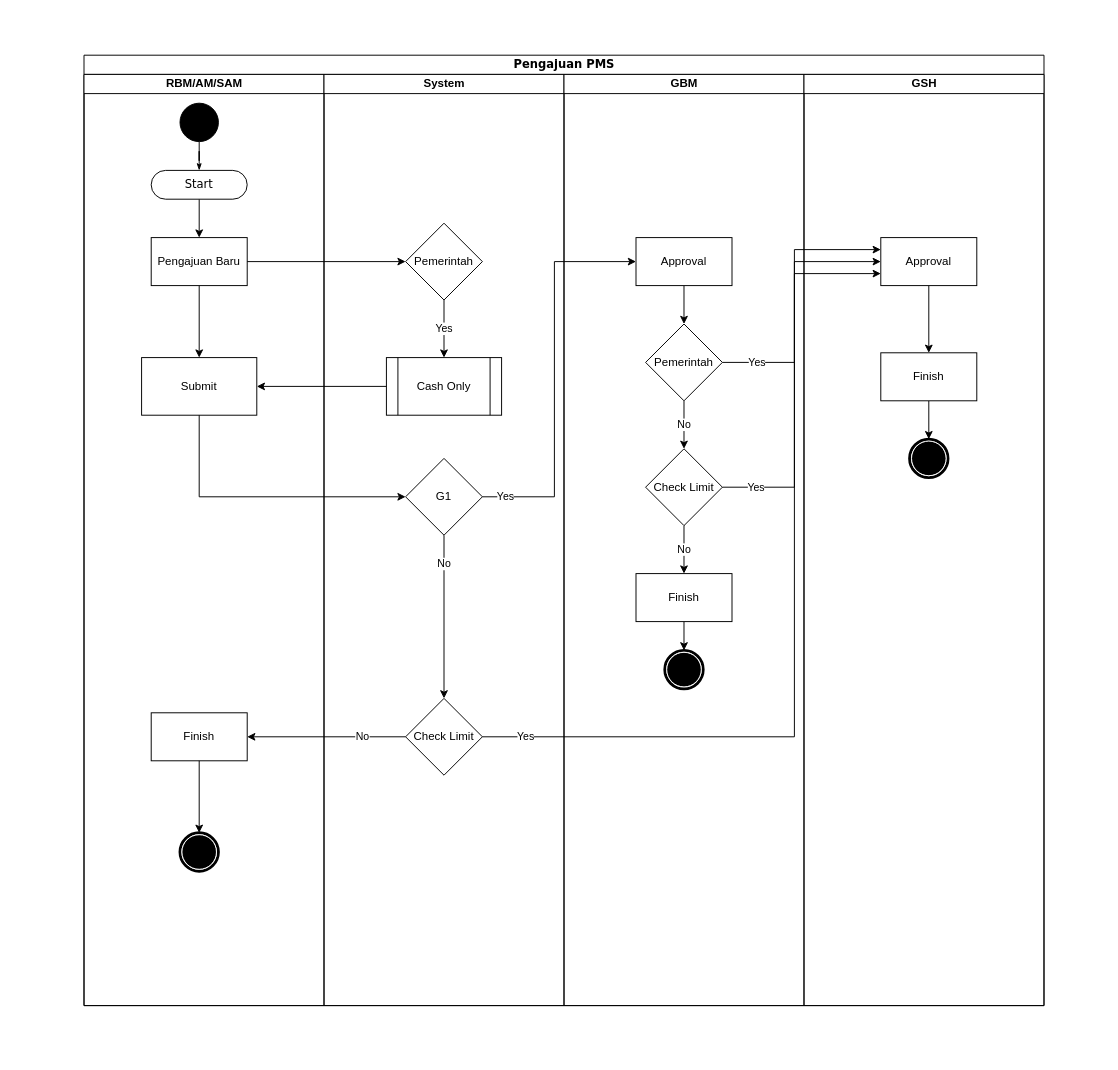
Above: page "BP-Pengajuan" (2 of 4) of Sitemap-PieMeS.drawio in muhamadfarkhan/system-analyst (draw.io), before the change. Source tidied: cells renumbered, new cells numbered last; positions are measured from the earlier drawing's top-left corner, leaving out a move shared by most shapes. Both pictures are drawn from the tidied source at 96%, with x=0, y=0 at pixel (84, 55).
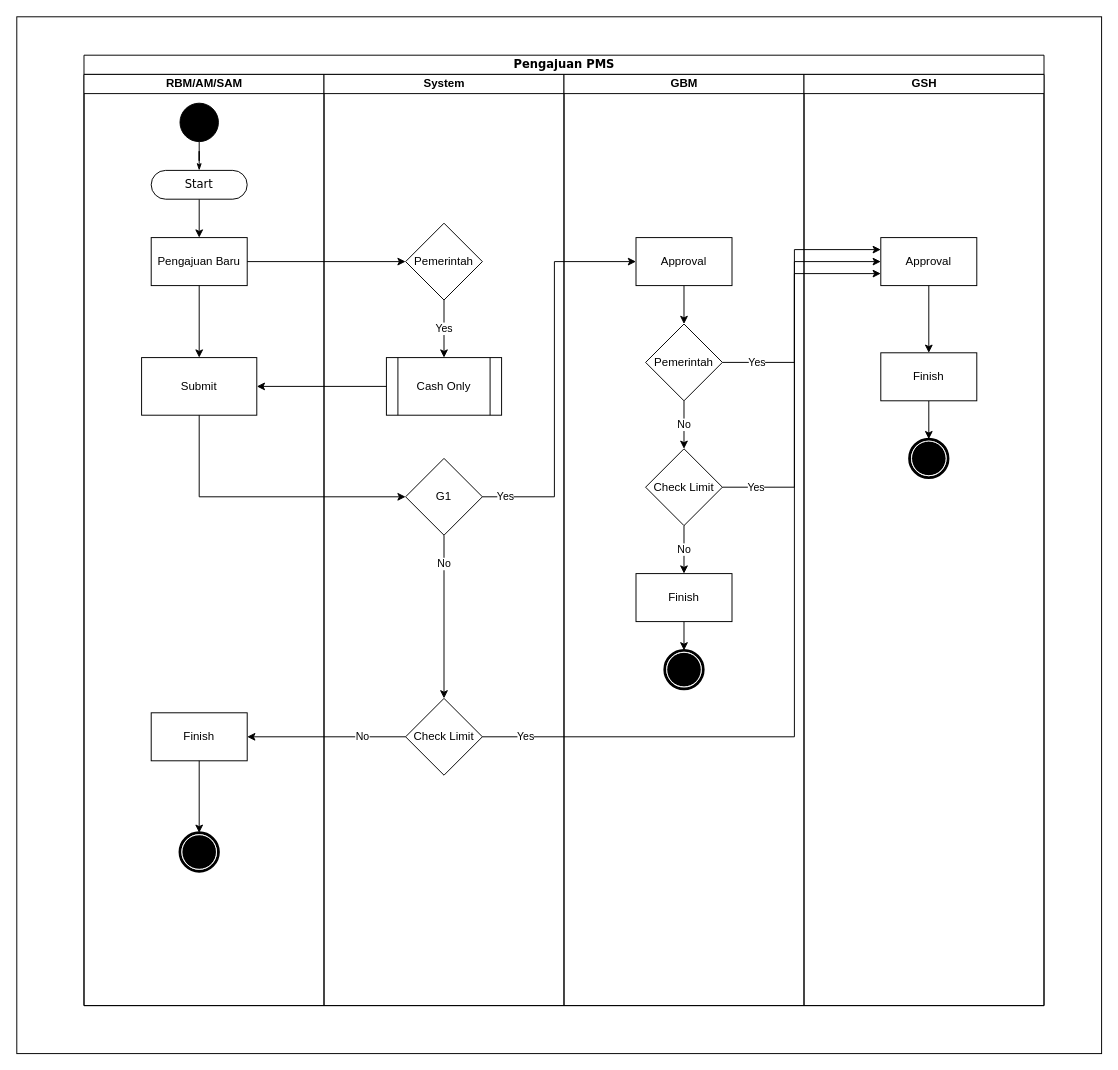
Above is the later version.

The edit, as a diff of the source:
```diff
@@
+    <mxCell id="45" style="rounded=0;whiteSpace=wrap;html=1;" parent="1" vertex="1">
+      <mxGeometry x="-70" y="-40" width="1130" height="1080" as="geometry" />
+    </mxCell>
```
